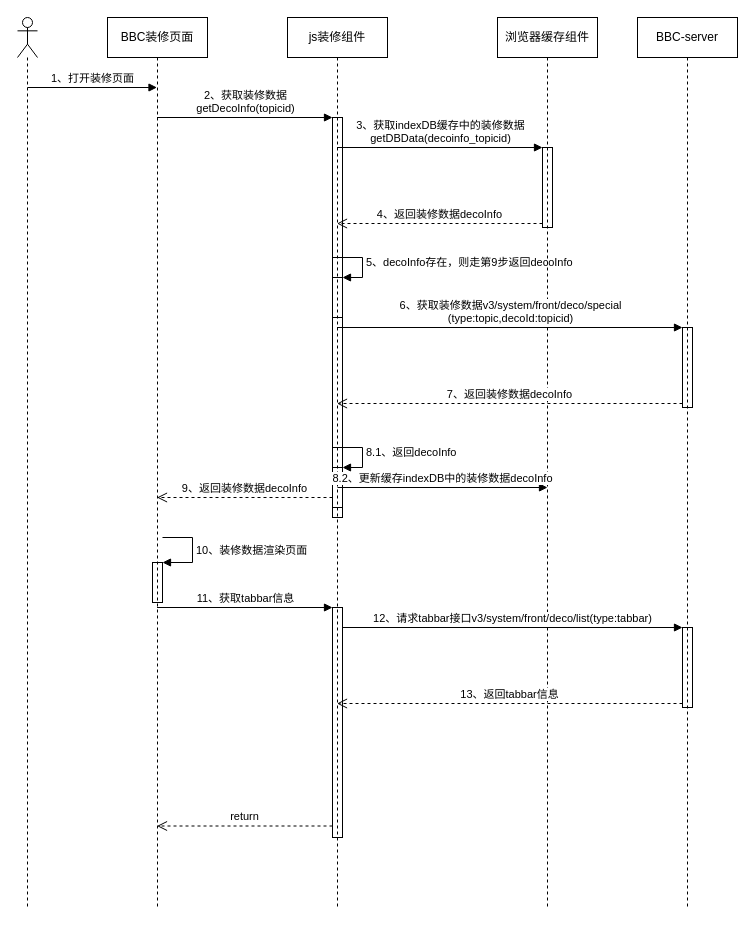
huturenji/drawio keeps this draw.io diagram as page "装修页面数据加载流程" (6 of 6) of B+.drawio. Above is the earlier version. Source tidied: cells renumbered, new cells numbered last; positions are measured from the earlier drawing's top-left corner, leaving out a move shared by most shapes. Both pictures are drawn from the tidied source at 100%, with x=0, y=0 at pixel (17, 17).
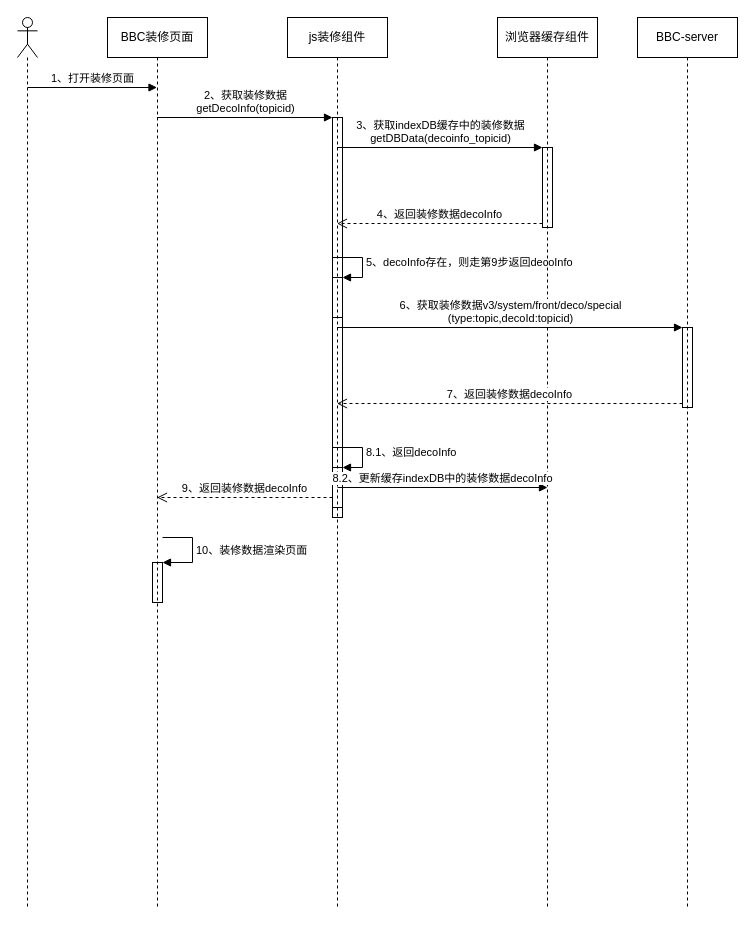
The same page after the edit.

The change refers to these unchanged cells:
```xml
<mxCell id="4" value="BBC装修页面" style="shape=umlLifeline;perimeter=lifelinePerimeter;whiteSpace=wrap;html=1;outlineConnect=0;fillColor=none;" parent="1" vertex="1">
  <mxGeometry x="90" width="100" height="890" as="geometry" />
</mxCell>
<mxCell id="7" value="js装修组件" style="shape=umlLifeline;perimeter=lifelinePerimeter;whiteSpace=wrap;html=1;outlineConnect=0;fillColor=none;" parent="1" vertex="1">
  <mxGeometry x="270" width="100" height="890" as="geometry" />
</mxCell>
<mxCell id="14" value="BBC-server" style="shape=umlLifeline;perimeter=lifelinePerimeter;whiteSpace=wrap;html=1;fillColor=none;" parent="1" vertex="1">
  <mxGeometry x="620" width="100" height="890" as="geometry" />
</mxCell>
```

What changed in the source:
```diff
@@
-    <mxCell id="13" style="html=1;points=[];perimeter=orthogonalPerimeter;fillColor=none;" parent="7" vertex="1">
-      <mxGeometry x="45" y="590" width="10" height="230" as="geometry" />
-    </mxCell>
@@
-    <mxCell id="16" style="html=1;points=[];perimeter=orthogonalPerimeter;fillColor=none;" parent="14" vertex="1">
-      <mxGeometry x="45" y="610" width="10" height="80" as="geometry" />
-    </mxCell>
@@
-    <mxCell id="26" value="11、获取tabbar信息" style="html=1;verticalAlign=bottom;endArrow=block;entryX=0;entryY=0;rounded=0;" parent="1" edge="1" source="4" target="13">
-      <mxGeometry relative="1" as="geometry" />
-    </mxCell>
-    <mxCell id="27" value="return" style="html=1;verticalAlign=bottom;endArrow=open;dashed=1;endSize=8;exitX=0;exitY=0.95;rounded=0;" parent="1" edge="1" source="13" target="4">
-      <mxGeometry relative="1" as="geometry" />
-    </mxCell>
-    <mxCell id="28" value="12、请求tabbar接口v3/system/front/deco/list(type:tabbar)" style="html=1;verticalAlign=bottom;endArrow=block;entryX=0;entryY=0;rounded=0;" parent="1" edge="1" source="13" target="16">
-      <mxGeometry relative="1" as="geometry" />
-    </mxCell>
-    <mxCell id="29" value="13、返回tabbar信息" style="html=1;verticalAlign=bottom;endArrow=open;dashed=1;endSize=8;exitX=0;exitY=0.95;rounded=0;" parent="1" edge="1" source="16" target="7">
-      <mxGeometry relative="1" as="geometry" />
-    </mxCell>
```
